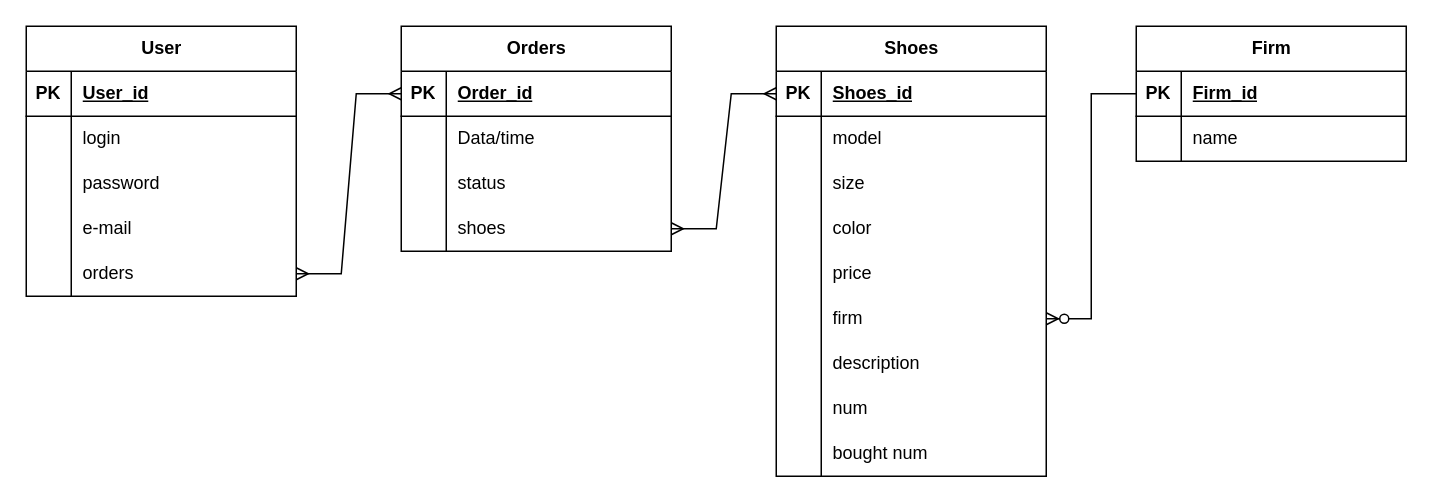
This is data_model.drawio from VZon9/online_store, a draw.io file, before an edit. Source tidied: cells renumbered, new cells numbered last; positions are measured from the earlier drawing's top-left corner, leaving out a move shared by most shapes. Both pictures are drawn from the tidied source at 150%, with x=0, y=0 at pixel (26, 26).
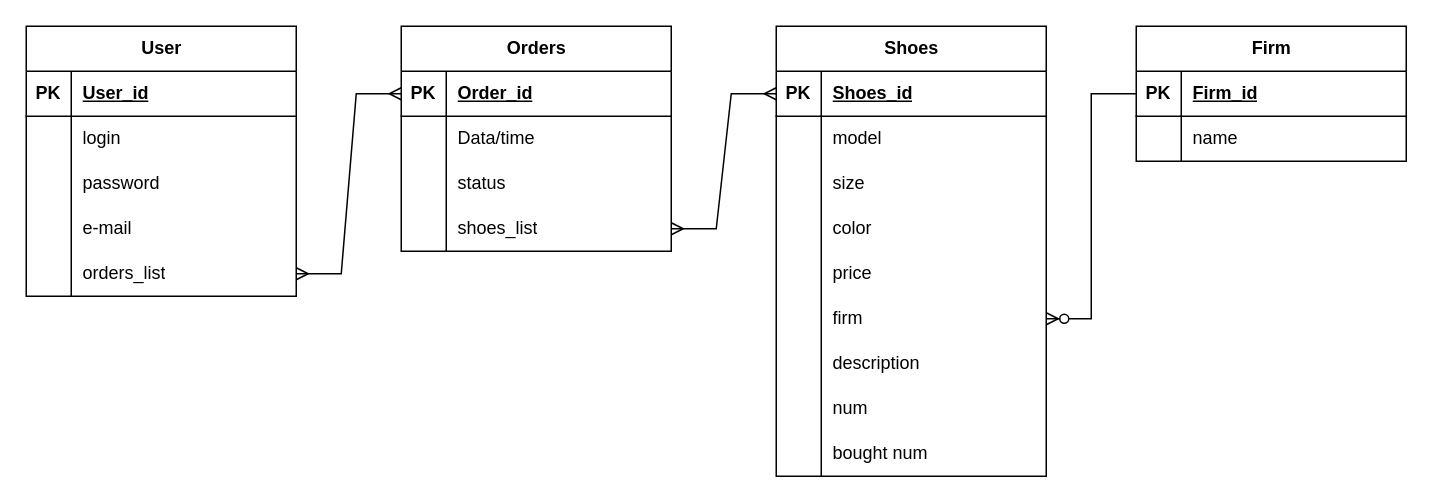
The same page after the edit.

Unchanged cells that the change refers to:
```xml
<mxCell id="15" style="shape=tableRow;horizontal=0;startSize=0;swimlaneHead=0;swimlaneBody=0;fillColor=none;points=[[0,0.5],[1,0.5]];portConstraint=eastwest;top=0;left=0;right=0;bottom=0;" parent="2" vertex="1">
  <mxGeometry y="150" width="180" height="30" as="geometry" />
</mxCell>
<mxCell id="28" style="shape=tableRow;horizontal=0;startSize=0;swimlaneHead=0;swimlaneBody=0;fillColor=none;points=[[0,0.5],[1,0.5]];portConstraint=eastwest;top=0;left=0;right=0;bottom=0;" parent="18" vertex="1">
  <mxGeometry y="120" width="180" height="30" as="geometry" />
</mxCell>
```

What changed in the source:
```diff
@@
-    <mxCell id="17" value="orders" style="shape=partialRectangle;fillColor=none;top=0;left=0;bottom=0;right=0;align=left;spacingLeft=6;overflow=hidden;whiteSpace=wrap;html=1;" parent="15" vertex="1">
+    <mxCell id="17" value="orders_list" style="shape=partialRectangle;fillColor=none;top=0;left=0;bottom=0;right=0;align=left;spacingLeft=6;overflow=hidden;whiteSpace=wrap;html=1;" parent="15" vertex="1">
       <mxGeometry x="30" width="150" height="30" as="geometry" />
     </mxCell>
@@
-    <mxCell id="30" value="shoes" style="shape=partialRectangle;fillColor=none;top=0;left=0;bottom=0;right=0;align=left;spacingLeft=6;overflow=hidden;whiteSpace=wrap;html=1;" parent="28" vertex="1">
+    <mxCell id="30" value="shoes_list" style="shape=partialRectangle;fillColor=none;top=0;left=0;bottom=0;right=0;align=left;spacingLeft=6;overflow=hidden;whiteSpace=wrap;html=1;" parent="28" vertex="1">
       <mxGeometry x="30" width="150" height="30" as="geometry" />
     </mxCell>
```
